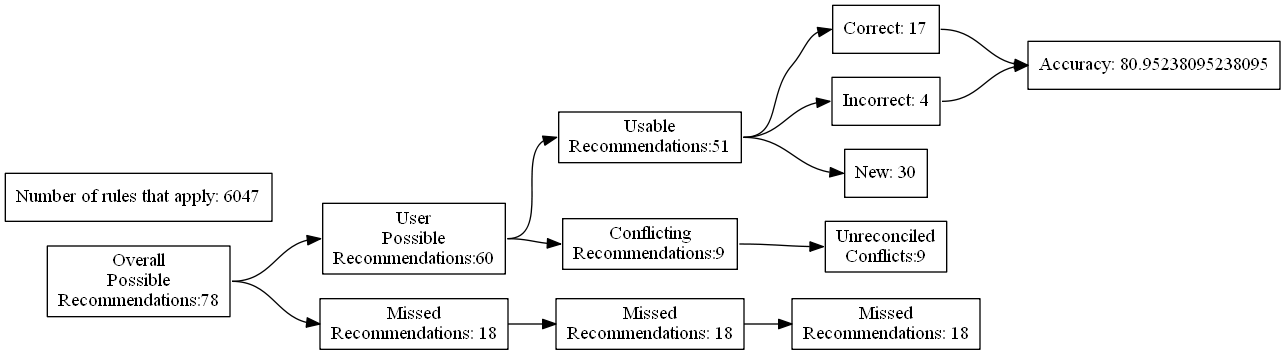
The Graphviz diagram test_renders/50.gv.png in ZaxR/ibd_diet_analysis, before a commit. Its source is kept beside it as test_renders/50.gv.
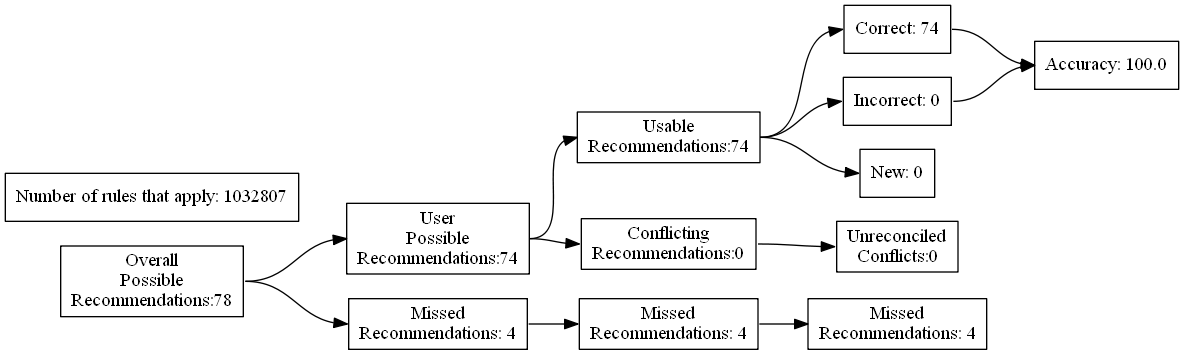
After the change.

Change to the diagram source:
```diff
@@ -7,24 +7,24 @@
 Recommendations:78"]
 		B [label="User
 Possible
-Recommendations:60"]
+Recommendations:74"]
 		C [label="Missed
-Recommendations: 18"]
+Recommendations: 4"]
 		D [label="Usable
-Recommendations:51"]
+Recommendations:74"]
 		E [label="Conflicting
-Recommendations:9"]
+Recommendations:0"]
 		J [label="Missed
-Recommendations: 18"]
+Recommendations: 4"]
 		M [label="Unreconciled
-Conflicts:9"]
-		F [label="Correct: 17"]
-		G [label="Incorrect: 4"]
-		H [label="New: 30"]
+Conflicts:0"]
+		F [label="Correct: 74"]
+		G [label="Incorrect: 0"]
+		H [label="New: 0"]
 		K [label="Missed
-Recommendations: 18"]
-		I [label="Accuracy: 80.95238095238095"]
-		l [label="Number of rules that apply: 6047"]
+Recommendations: 4"]
+		I [label="Accuracy: 100.0"]
+		l [label="Number of rules that apply: 1032807"]
 			A -> B
 			A -> C
 			B -> D
```
